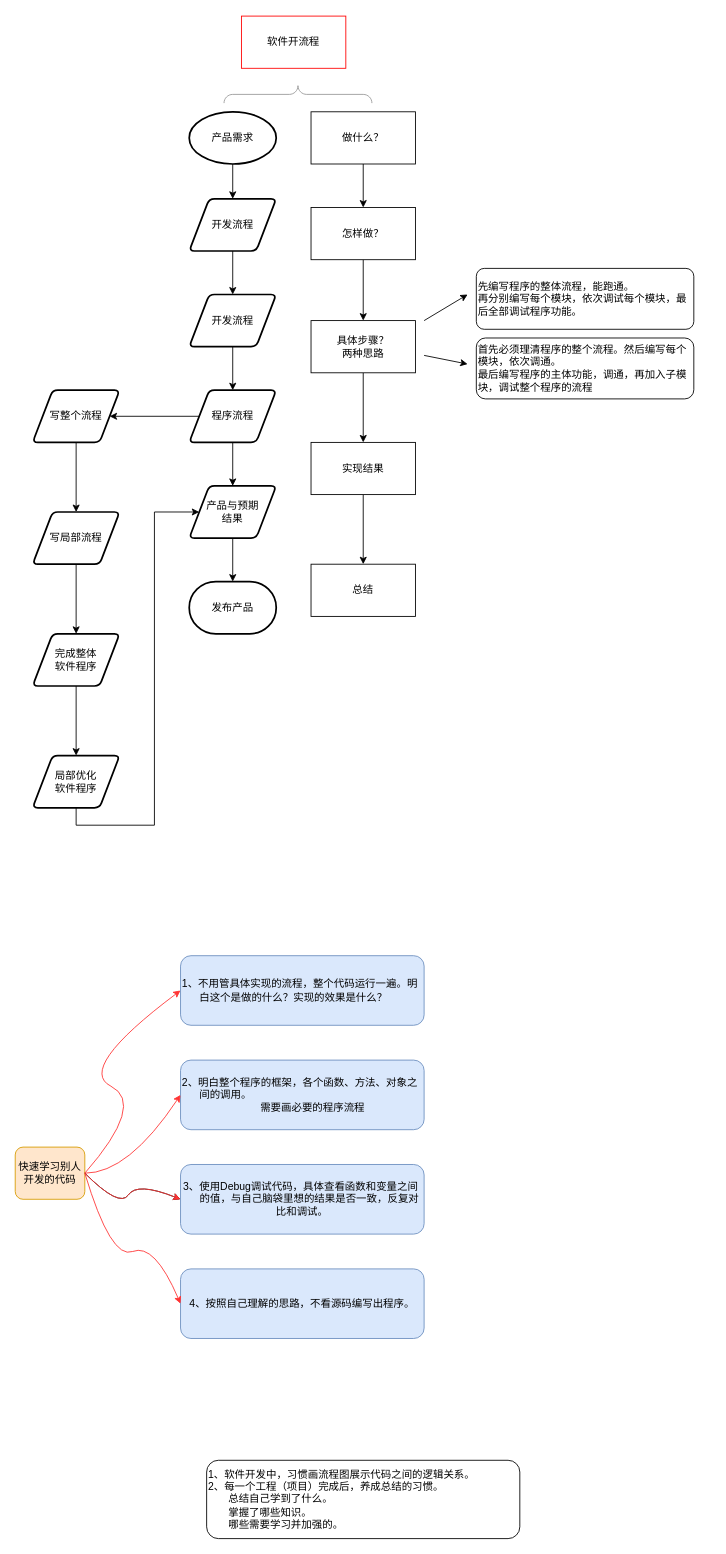
Earlier version of the draw.io diagram page "第 1 页" (1 of 2) of Product/软件开发感悟.drawio (JohnJeep/Learning-CS-Journey). Source tidied: cells renumbered, new cells numbered last; positions are measured from the earlier drawing's top-left corner, leaving out a move shared by most shapes. Both pictures are drawn from the tidied source at 87%, with x=0, y=0 at pixel (15, 16).
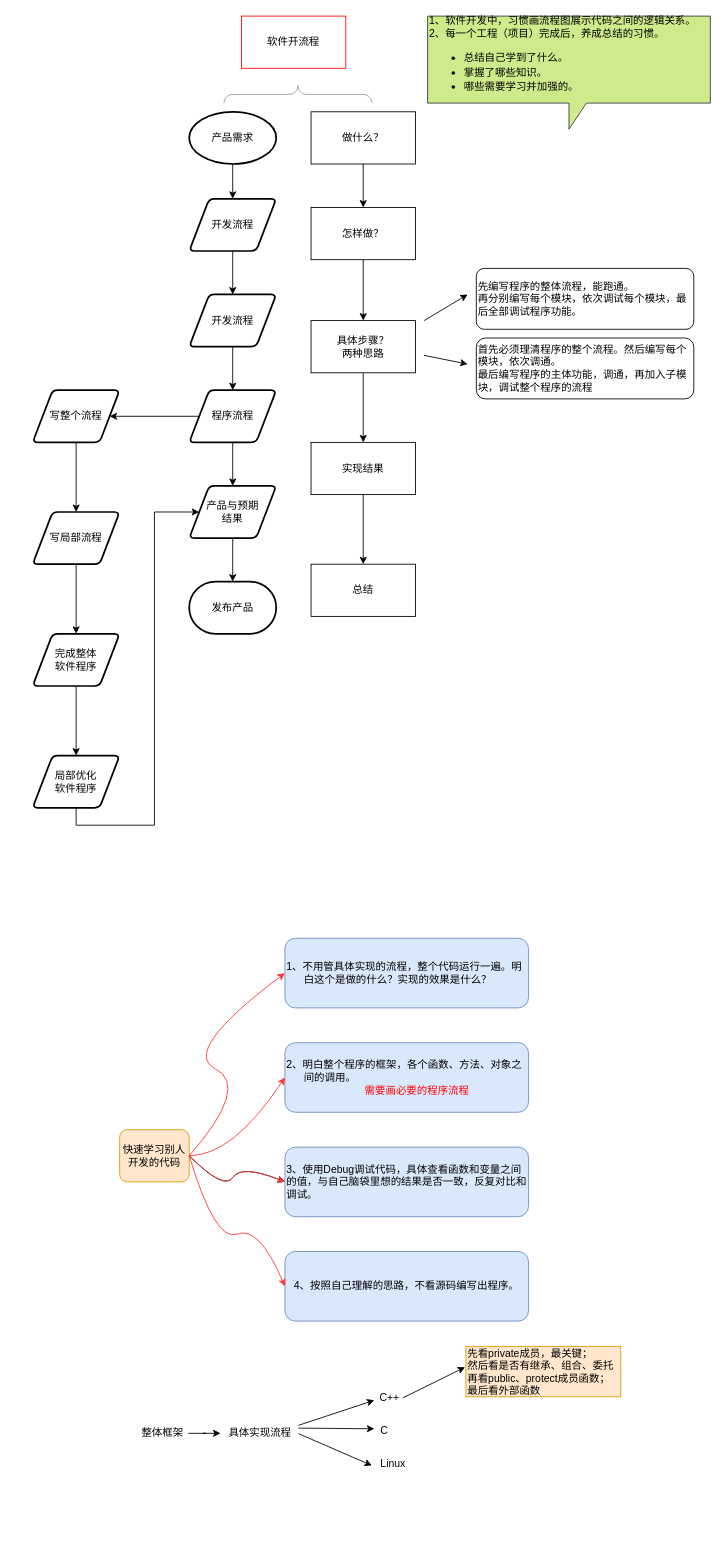
Above is the later version.

What changed in the source:
```diff
@@
     <mxCell id="37" value="快速学习别人开发的代码" style="rounded=1;whiteSpace=wrap;html=1;fillColor=#ffe6cc;strokeColor=#d79b00;" parent="1" vertex="1">
-      <mxGeometry y="1300" width="80" height="60" as="geometry" />
+      <mxGeometry x="120" y="1280" width="80" height="60" as="geometry" />
     </mxCell>
     <mxCell id="38" value="1、不用管具体实现的流程，整个代码运行一遍。明&amp;nbsp; &amp;nbsp; &amp;nbsp; &amp;nbsp; 白这个是做的什么？实现的效果是什么？" style="rounded=1;whiteSpace=wrap;html=1;fillColor=#dae8fc;strokeColor=#6c8ebf;align=left;" parent="1" vertex="1">
-      <mxGeometry x="190" y="1080" width="280" height="80" as="geometry" />
+      <mxGeometry x="310" y="1060" width="280" height="80" as="geometry" />
     </mxCell>
-    <mxCell id="39" value="&lt;div&gt;&lt;span&gt;2、明白整个程序的框架，各个函数、方法、对象之&amp;nbsp; &amp;nbsp; &amp;nbsp; &amp;nbsp; 间的调用。&lt;/span&gt;&lt;/div&gt;&lt;div&gt;&lt;span&gt;&amp;nbsp; &amp;nbsp; &amp;nbsp; &amp;nbsp; &amp;nbsp; &amp;nbsp; &amp;nbsp; &amp;nbsp; &amp;nbsp; &amp;nbsp; &amp;nbsp; &amp;nbsp; &amp;nbsp; &amp;nbsp;需要画必要的程序流程&lt;/span&gt;&lt;/div&gt;" style="rounded=1;whiteSpace=wrap;html=1;align=left;fillColor=#dae8fc;strokeColor=#6c8ebf;" parent="1" vertex="1">
-      <mxGeometry x="190" y="1200" width="280" height="80" as="geometry" />
+    <mxCell id="39" value="&lt;div&gt;&lt;span&gt;2、明白整个程序的框架，各个函数、方法、对象之&amp;nbsp; &amp;nbsp; &amp;nbsp; &amp;nbsp; 间的调用。&lt;/span&gt;&lt;/div&gt;&lt;div&gt;&amp;nbsp; &amp;nbsp; &amp;nbsp; &amp;nbsp; &amp;nbsp; &amp;nbsp; &amp;nbsp; &amp;nbsp; &amp;nbsp; &amp;nbsp; &amp;nbsp; &amp;nbsp; &amp;nbsp; &amp;nbsp;&lt;font color=&quot;#ff0000&quot;&gt;需要画必要的程序流程&lt;/font&gt;&lt;/div&gt;" style="rounded=1;whiteSpace=wrap;html=1;align=left;fillColor=#dae8fc;strokeColor=#6c8ebf;" parent="1" vertex="1">
+      <mxGeometry x="310" y="1180" width="280" height="80" as="geometry" />
     </mxCell>
-    <mxCell id="40" value="3、使用Debug调试代码，具体查看函数和变量之间&amp;nbsp; &amp;nbsp; &amp;nbsp; &amp;nbsp;的值，与自己脑袋里想的结果是否一致，反复对比和调试。" style="rounded=1;whiteSpace=wrap;html=1;fillColor=#dae8fc;strokeColor=#6c8ebf;" parent="1" vertex="1">
-      <mxGeometry x="190" y="1320" width="280" height="80" as="geometry" />
+    <mxCell id="40" value="3、使用Debug调试代码，具体查看函数和变量之间&amp;nbsp; 的值，与自己脑袋里想的结果是否一致，反复对比和调试。" style="rounded=1;whiteSpace=wrap;html=1;fillColor=#dae8fc;strokeColor=#6c8ebf;align=left;" parent="1" vertex="1">
+      <mxGeometry x="310" y="1300" width="280" height="80" as="geometry" />
     </mxCell>
     <mxCell id="41" value="4、按照自己理解的思路，不看源码编写出程序。" style="rounded=1;whiteSpace=wrap;html=1;fillColor=#dae8fc;strokeColor=#6c8ebf;" parent="1" vertex="1">
-      <mxGeometry x="190" y="1440" width="280" height="80" as="geometry" />
+      <mxGeometry x="310" y="1420" width="280" height="80" as="geometry" />
     </mxCell>
     <mxCell id="42" style="curved=1;endArrow=classic;html=1;entryX=0;entryY=0.5;entryDx=0;entryDy=0;exitX=1;exitY=0.5;exitDx=0;exitDy=0;strokeColor=#FF3333;" parent="1" edge="1" source="37" target="38">
       <mxGeometry relative="1" as="geometry">
         <Array as="points">
-          <mxPoint x="150" y="1250" />
-          <mxPoint x="70" y="1210" />
+          <mxPoint x="270" y="1230" />
+          <mxPoint x="190" y="1190" />
         </Array>
       </mxGeometry>
     </mxCell>
     <mxCell id="43" style="curved=1;endArrow=classic;html=1;entryX=0;entryY=0.5;entryDx=0;entryDy=0;strokeColor=#FF3333;" parent="1" edge="1" target="39">
       <mxGeometry relative="1" as="geometry">
-        <mxPoint x="80" y="1330" as="sourcePoint" />
+        <mxPoint x="200" y="1310" as="sourcePoint" />
         <Array as="points">
-          <mxPoint x="130" y="1330" />
+          <mxPoint x="250" y="1310" />
         </Array>
       </mxGeometry>
     </mxCell>
     <mxCell id="44" style="curved=1;endArrow=classic;html=1;exitX=1;exitY=0.5;exitDx=0;exitDy=0;entryX=0;entryY=0.5;entryDx=0;entryDy=0;" parent="1" edge="1" source="37" target="40">
       <mxGeometry relative="1" as="geometry">
         <Array as="points">
-          <mxPoint x="120" y="1370" />
-          <mxPoint x="140" y="1340" />
+          <mxPoint x="240" y="1350" />
+          <mxPoint x="260" y="1320" />
         </Array>
       </mxGeometry>
     </mxCell>
     <mxCell id="45" style="curved=1;endArrow=classic;html=1;exitX=1;exitY=0.5;exitDx=0;exitDy=0;entryX=0;entryY=0.5;entryDx=0;entryDy=0;strokeColor=#FF3333;" parent="1" edge="1" source="37" target="41">
       <mxGeometry relative="1" as="geometry">
         <Array as="points">
-          <mxPoint x="110" y="1430" />
-          <mxPoint x="160" y="1410" />
+          <mxPoint x="230" y="1410" />
+          <mxPoint x="280" y="1390" />
         </Array>
       </mxGeometry>
     </mxCell>
     <mxCell id="46" style="curved=1;endArrow=classic;html=1;exitX=1;exitY=0.5;exitDx=0;exitDy=0;entryX=0;entryY=0.5;entryDx=0;entryDy=0;strokeColor=#FF3333;" parent="1" edge="1">
       <mxGeometry relative="1" as="geometry">
-        <mxPoint x="80" y="1330" as="sourcePoint" />
-        <mxPoint x="190" y="1360" as="targetPoint" />
+        <mxPoint x="200" y="1310" as="sourcePoint" />
+        <mxPoint x="310" y="1340" as="targetPoint" />
         <Array as="points">
-          <mxPoint x="120" y="1370" />
-          <mxPoint x="140" y="1340" />
+          <mxPoint x="240" y="1350" />
+          <mxPoint x="260" y="1320" />
         </Array>
       </mxGeometry>
     </mxCell>
+    <mxCell id="48" style="edgeStyle=orthogonalEdgeStyle;rounded=0;jettySize=auto;html=1;" parent="1" edge="1" source="49" target="50">
+      <mxGeometry relative="1" as="geometry" />
+    </mxCell>
+    <mxCell id="49" value="整体框架" style="text;html=1;align=center;verticalAlign=middle;points=[];" parent="1" vertex="1">
+      <mxGeometry x="139" y="1619" width="60" height="20" as="geometry" />
+    </mxCell>
+    <mxCell id="50" value="具体实现流程" style="text;html=1;align=center;verticalAlign=middle;points=[];" parent="1" vertex="1">
+      <mxGeometry x="236" y="1619" width="90" height="20" as="geometry" />
+    </mxCell>
+    <mxCell id="51" value="C++" style="text;html=1;align=center;verticalAlign=middle;points=[];" parent="1" vertex="1">
+      <mxGeometry x="414" y="1579" width="32" height="18" as="geometry" />
+    </mxCell>
+    <mxCell id="52" value="C" style="text;html=1;align=center;verticalAlign=middle;points=[];" parent="1" vertex="1">
+      <mxGeometry x="414" y="1617" width="19" height="18" as="geometry" />
+    </mxCell>
+    <mxCell id="53" value="Linux" style="text;html=1;align=center;verticalAlign=middle;points=[];" parent="1" vertex="1">
+      <mxGeometry x="414" y="1655" width="39" height="18" as="geometry" />
+    </mxCell>
+    <mxCell id="54" style="endArrow=classic;html=1;exitX=0.987;exitY=0.511;exitDx=0;exitDy=0;exitPerimeter=0;" parent="1" edge="1" source="51">
+      <mxGeometry relative="1" as="geometry">
+        <mxPoint x="517" y="1553" as="targetPoint" />
+      </mxGeometry>
+    </mxCell>
+    <mxCell id="55" value="先看private成员，最关键；&#10;然后看是否有继承、组合、委托&#10;再看public、protect成员函数；&#10;最后看外部函数" style="text;align=left;verticalAlign=middle;fillColor=#ffe6cc;strokeColor=#d79b00;fontColor=#000000;" parent="1" vertex="1">
+      <mxGeometry x="518" y="1529" width="178" height="58" as="geometry" />
+    </mxCell>
+    <mxCell id="56" style="endArrow=classic;html=1;exitX=0.996;exitY=0.04;exitDx=0;exitDy=0;exitPerimeter=0;entryX=-0.038;entryY=0.667;entryDx=0;entryDy=0;entryPerimeter=0;" parent="1" edge="1" source="50" target="51">
+      <mxGeometry relative="1" as="geometry" />
+    </mxCell>
+    <mxCell id="57" style="endArrow=classic;html=1;exitX=0.996;exitY=0.2;exitDx=0;exitDy=0;exitPerimeter=0;entryX=-0.063;entryY=0.378;entryDx=0;entryDy=0;entryPerimeter=0;" parent="1" edge="1" source="50" target="52">
+      <mxGeometry relative="1" as="geometry" />
+    </mxCell>
+    <mxCell id="58" style="endArrow=classic;html=1;exitX=0.996;exitY=0.52;exitDx=0;exitDy=0;exitPerimeter=0;entryX=-0.103;entryY=0.611;entryDx=0;entryDy=0;entryPerimeter=0;" parent="1" edge="1" source="50" target="53">
+      <mxGeometry relative="1" as="geometry" />
+    </mxCell>
-    <mxCell id="47" value="1、软件开发中，习惯画流程图展示代码之间的逻辑关系。&lt;br&gt;2、每一个工程（项目）完成后，养成总结的习惯。&lt;br&gt;&amp;nbsp; &amp;nbsp; &amp;nbsp; &amp;nbsp;总结自己学到了什么。&lt;br&gt;&amp;nbsp; &amp;nbsp; &amp;nbsp; &amp;nbsp;掌握了哪些知识。&lt;br&gt;&amp;nbsp; &amp;nbsp; &amp;nbsp; &amp;nbsp;哪些需要学习并加强的。" style="rounded=1;whiteSpace=wrap;html=1;align=left;" parent="1" vertex="1">
-      <mxGeometry x="220" y="1660" width="360" height="90" as="geometry" />
+    <mxCell id="47" value="&lt;span style=&quot;white-space: normal&quot;&gt;1、软件开发中，习惯画流程图展示代码之间的逻辑关系。&lt;/span&gt;&lt;br style=&quot;white-space: normal&quot;&gt;&lt;span style=&quot;white-space: normal&quot;&gt;2、每一个工程（项目）完成后，养成总结的习惯。&lt;/span&gt;&lt;br style=&quot;white-space: normal&quot;&gt;&lt;ul style=&quot;line-height: 140%&quot;&gt;&lt;li&gt;&lt;span style=&quot;white-space: normal&quot;&gt;总结自己学到了什么。&lt;/span&gt;&lt;/li&gt;&lt;li&gt;&lt;span style=&quot;white-space: normal&quot;&gt;掌握了哪些知识。&lt;/span&gt;&lt;/li&gt;&lt;li&gt;&lt;span style=&quot;white-space: normal&quot;&gt;哪些需要学习并加强的。&lt;/span&gt;&lt;/li&gt;&lt;/ul&gt;" style="shape=callout;whiteSpace=wrap;html=1;perimeter=calloutPerimeter;align=left;fillColor=#cdeb8b;strokeColor=#36393d;" parent="1" vertex="1">
+      <mxGeometry x="474" width="325" height="130" as="geometry" />
     </mxCell>
```
